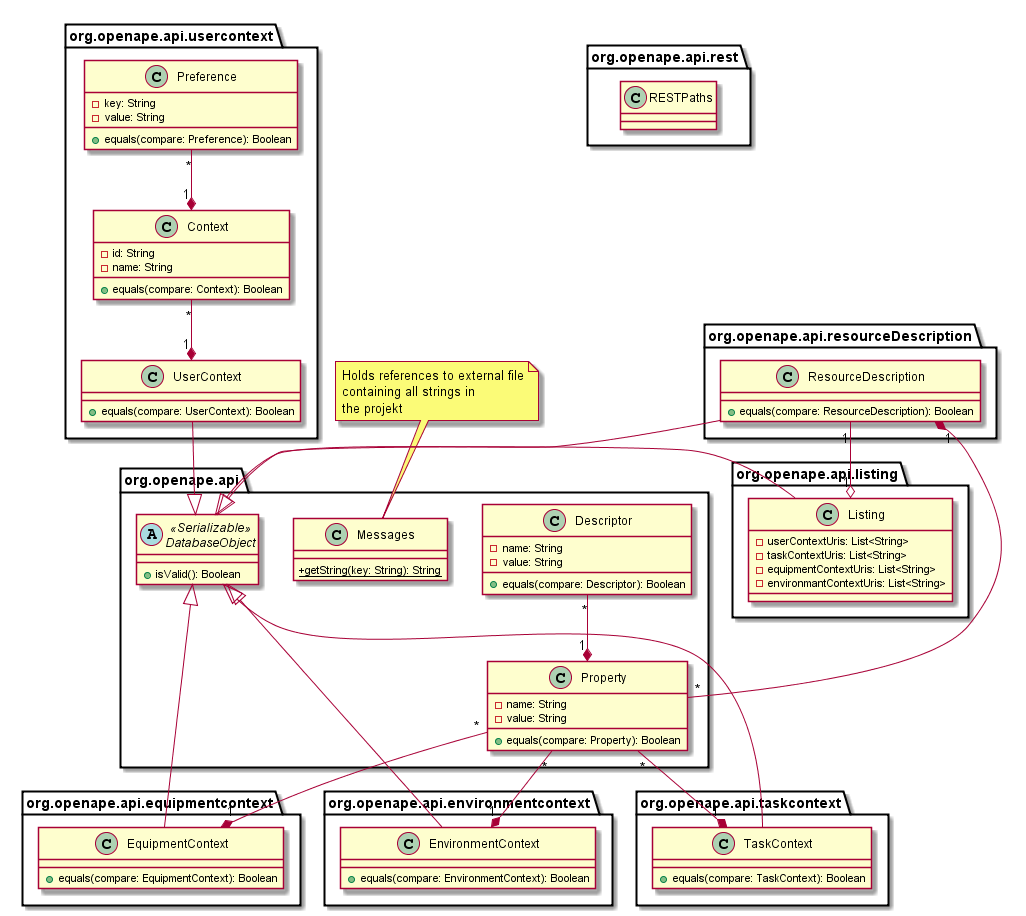
REMEXLabs/OpenAPE keeps this PlantUML diagram as documentation/uml/apiuml.png. Above is the earlier version.
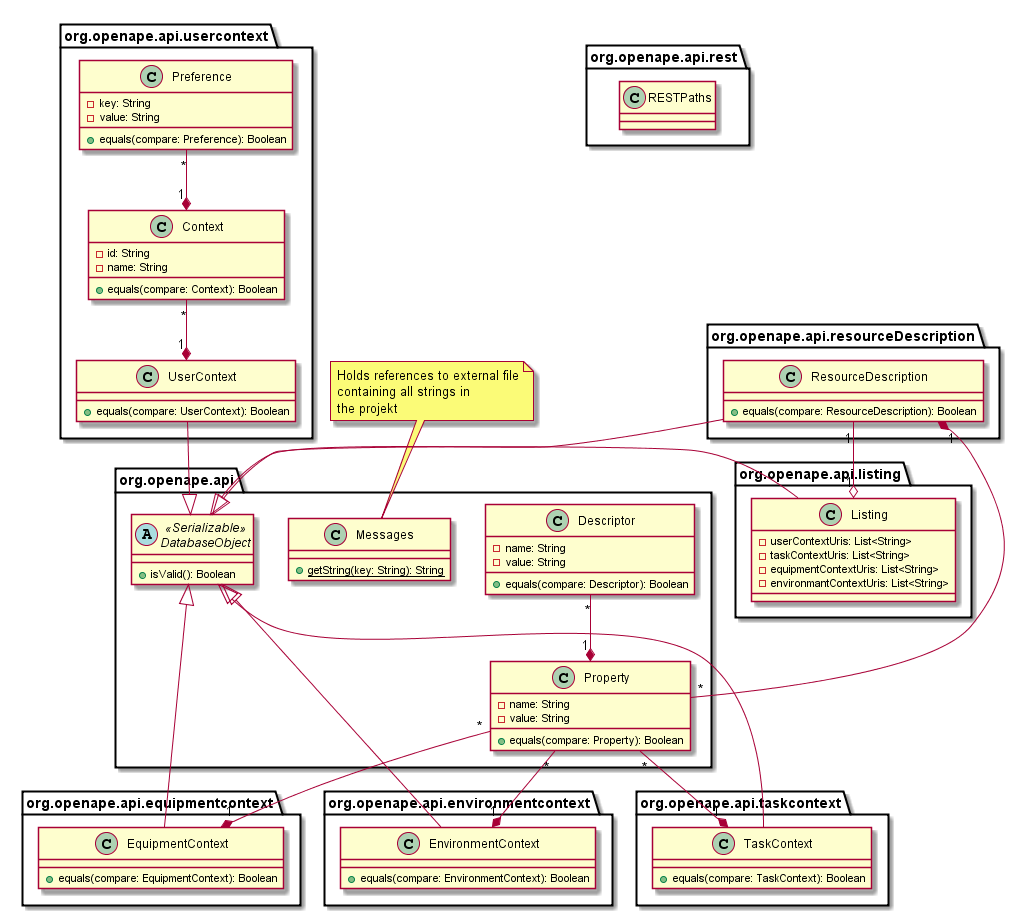
Above is the later version.

Change to the diagram source:
```diff
@@ -8,7 +8,7 @@
 +equals(compare: Descriptor): Boolean
 }
 class org.openape.api.Messages {
-<u>+getString(key: String): String
++<u>getString(key: String): String
 }
 note left: Holds references to external file\ncontaining all strings in\nthe projekt
 class org.openape.api.Property {
```
